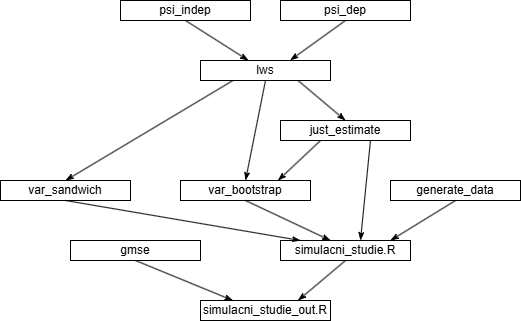
Above: function_dependencies.png in mikij29/bachelor_thesis_codes (draw.io), before the change. Source tidied: cells renumbered, new cells last; positions are measured from the earlier drawing's top-left corner, leaving out a move shared by most shapes. Its diagram source:
```xml
<mxGraphModel>
  <root>
    <mxCell id="0" />
    <mxCell id="1" parent="0" />
    <mxCell id="2" value="simulacni&lt;span style=&quot;background-color: transparent; color: light-dark(rgb(0, 0, 0), rgb(255, 255, 255));&quot;&gt;_studie_out.R&lt;/span&gt;" style="rounded=0;whiteSpace=wrap;html=1;" parent="1" vertex="1">
      <mxGeometry x="200" y="300" width="130" height="20" as="geometry" />
    </mxCell>
    <mxCell id="3" value="psi_indep" style="rounded=0;whiteSpace=wrap;html=1;" parent="1" vertex="1">
      <mxGeometry x="120" width="130" height="20" as="geometry" />
    </mxCell>
    <mxCell id="4" value="psi_dep" style="rounded=0;whiteSpace=wrap;html=1;" parent="1" vertex="1">
      <mxGeometry x="280" width="130" height="20" as="geometry" />
    </mxCell>
    <mxCell id="5" style="rounded=0;jettySize=auto;html=1;exitX=0.75;exitY=1;exitDx=0;exitDy=0;entryX=0.5;entryY=0;entryDx=0;entryDy=0;endArrow=classicThin;endFill=1;" parent="1" edge="1" source="8" target="10">
      <mxGeometry relative="1" as="geometry" />
    </mxCell>
    <mxCell id="6" style="edgeStyle=none;shape=connector;rounded=0;jettySize=auto;html=1;exitX=0.5;exitY=1;exitDx=0;exitDy=0;entryX=0.5;entryY=0;entryDx=0;entryDy=0;strokeColor=default;align=center;verticalAlign=middle;fontFamily=Helvetica;fontSize=11;fontColor=default;labelBackgroundColor=default;endArrow=classicThin;endFill=1;" parent="1" edge="1" source="8" target="12">
      <mxGeometry relative="1" as="geometry" />
    </mxCell>
    <mxCell id="7" style="edgeStyle=none;shape=connector;rounded=0;jettySize=auto;html=1;exitX=0.25;exitY=1;exitDx=0;exitDy=0;entryX=0.5;entryY=0;entryDx=0;entryDy=0;strokeColor=default;align=center;verticalAlign=middle;fontFamily=Helvetica;fontSize=11;fontColor=default;labelBackgroundColor=default;endArrow=classicThin;endFill=1;" parent="1" edge="1" source="8" target="11">
      <mxGeometry relative="1" as="geometry" />
    </mxCell>
    <mxCell id="8" value="lws" style="rounded=0;whiteSpace=wrap;html=1;" parent="1" vertex="1">
      <mxGeometry x="200" y="60" width="130" height="20" as="geometry" />
    </mxCell>
    <mxCell id="9" style="edgeStyle=none;shape=connector;rounded=0;jettySize=auto;html=1;exitX=0.308;exitY=1;exitDx=0;exitDy=0;entryX=0.75;entryY=0;entryDx=0;entryDy=0;strokeColor=default;align=center;verticalAlign=middle;fontFamily=Helvetica;fontSize=11;fontColor=default;labelBackgroundColor=default;endArrow=classicThin;endFill=1;exitPerimeter=0;" parent="1" edge="1" source="10" target="12">
      <mxGeometry relative="1" as="geometry" />
    </mxCell>
    <mxCell id="10" value="just_estimate" style="rounded=0;whiteSpace=wrap;html=1;" parent="1" vertex="1">
      <mxGeometry x="280" y="120" width="130" height="20" as="geometry" />
    </mxCell>
    <mxCell id="11" value="var_sandwich" style="rounded=0;whiteSpace=wrap;html=1;" parent="1" vertex="1">
      <mxGeometry y="180" width="130" height="20" as="geometry" />
    </mxCell>
    <mxCell id="12" value="var_bootstrap" style="rounded=0;whiteSpace=wrap;html=1;" parent="1" vertex="1">
      <mxGeometry x="180" y="180" width="130" height="20" as="geometry" />
    </mxCell>
    <mxCell id="13" style="edgeStyle=none;shape=connector;rounded=0;jettySize=auto;html=1;exitX=0.5;exitY=1;exitDx=0;exitDy=0;entryX=0.25;entryY=0;entryDx=0;entryDy=0;strokeColor=default;align=center;verticalAlign=middle;fontFamily=Helvetica;fontSize=11;fontColor=default;labelBackgroundColor=default;endArrow=classicThin;endFill=1;" parent="1" edge="1" source="14" target="2">
      <mxGeometry relative="1" as="geometry" />
    </mxCell>
    <mxCell id="14" value="gmse" style="rounded=0;whiteSpace=wrap;html=1;" parent="1" vertex="1">
      <mxGeometry x="70" y="240" width="130" height="20" as="geometry" />
    </mxCell>
    <mxCell id="15" style="edgeStyle=none;shape=connector;rounded=0;jettySize=auto;html=1;exitX=0.5;exitY=1;exitDx=0;exitDy=0;entryX=0.75;entryY=0;entryDx=0;entryDy=0;strokeColor=default;align=center;verticalAlign=middle;fontFamily=Helvetica;fontSize=11;fontColor=default;labelBackgroundColor=default;endArrow=classicThin;endFill=1;" parent="1" edge="1" source="16" target="2">
      <mxGeometry relative="1" as="geometry" />
    </mxCell>
    <mxCell id="16" value="simulacni_studie.R" style="rounded=0;whiteSpace=wrap;html=1;" parent="1" vertex="1">
      <mxGeometry x="280" y="240" width="130" height="20" as="geometry" />
    </mxCell>
    <mxCell id="17" style="rounded=0;jettySize=auto;html=1;exitX=0.5;exitY=1;exitDx=0;exitDy=0;endArrow=classicThin;endFill=1;" parent="1" edge="1" source="3">
      <mxGeometry relative="1" as="geometry">
        <mxPoint x="248" y="60" as="targetPoint" />
      </mxGeometry>
    </mxCell>
    <mxCell id="18" style="edgeStyle=none;shape=connector;rounded=0;jettySize=auto;html=1;exitX=0.5;exitY=1;exitDx=0;exitDy=0;entryX=0.69;entryY=-0.013;entryDx=0;entryDy=0;entryPerimeter=0;strokeColor=default;align=center;verticalAlign=middle;fontFamily=Helvetica;fontSize=11;fontColor=default;labelBackgroundColor=default;endArrow=classicThin;endFill=1;" parent="1" edge="1" source="4" target="8">
      <mxGeometry relative="1" as="geometry" />
    </mxCell>
    <mxCell id="19" value="generate_data" style="rounded=0;whiteSpace=wrap;html=1;" parent="1" vertex="1">
      <mxGeometry x="390" y="180" width="130" height="20" as="geometry" />
    </mxCell>
    <mxCell id="20" style="edgeStyle=none;shape=connector;rounded=0;jettySize=auto;html=1;exitX=0.692;exitY=1;exitDx=0;exitDy=0;strokeColor=default;align=center;verticalAlign=middle;fontFamily=Helvetica;fontSize=11;fontColor=default;labelBackgroundColor=default;endArrow=classicThin;endFill=1;exitPerimeter=0;" parent="1" edge="1" source="10">
      <mxGeometry relative="1" as="geometry">
        <mxPoint x="360" y="240" as="targetPoint" />
      </mxGeometry>
    </mxCell>
    <mxCell id="21" style="edgeStyle=none;shape=connector;rounded=0;jettySize=auto;html=1;exitX=0.5;exitY=1;exitDx=0;exitDy=0;entryX=0.385;entryY=0;entryDx=0;entryDy=0;entryPerimeter=0;strokeColor=default;align=center;verticalAlign=middle;fontFamily=Helvetica;fontSize=11;fontColor=default;labelBackgroundColor=default;endArrow=classicThin;endFill=1;" parent="1" edge="1" source="12" target="16">
      <mxGeometry relative="1" as="geometry" />
    </mxCell>
    <mxCell id="22" style="edgeStyle=none;shape=connector;rounded=0;jettySize=auto;html=1;exitX=0.5;exitY=1;exitDx=0;exitDy=0;entryX=0.154;entryY=0;entryDx=0;entryDy=0;entryPerimeter=0;strokeColor=default;align=center;verticalAlign=middle;fontFamily=Helvetica;fontSize=11;fontColor=default;labelBackgroundColor=default;endArrow=classicThin;endFill=1;" parent="1" edge="1" source="11" target="16">
      <mxGeometry relative="1" as="geometry" />
    </mxCell>
    <mxCell id="23" style="edgeStyle=none;shape=connector;rounded=0;jettySize=auto;html=1;exitX=0.5;exitY=1;exitDx=0;exitDy=0;entryX=0.846;entryY=0;entryDx=0;entryDy=0;entryPerimeter=0;strokeColor=default;align=center;verticalAlign=middle;fontFamily=Helvetica;fontSize=11;fontColor=default;labelBackgroundColor=default;endArrow=classicThin;endFill=1;" parent="1" edge="1" source="19" target="16">
      <mxGeometry relative="1" as="geometry" />
    </mxCell>
  </root>
</mxGraphModel>
```
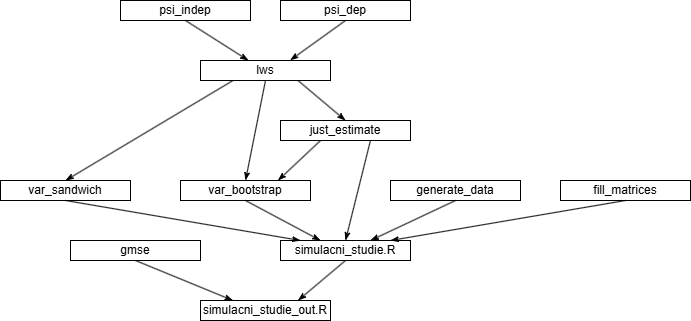
The same diagram one commit later.

Change to the diagram source:
```diff
@@ -58,19 +58,25 @@
     <mxCell id="19" value="generate_data" style="rounded=0;whiteSpace=wrap;html=1;" parent="1" vertex="1">
       <mxGeometry x="390" y="180" width="130" height="20" as="geometry" />
     </mxCell>
-    <mxCell id="20" style="edgeStyle=none;shape=connector;rounded=0;jettySize=auto;html=1;exitX=0.692;exitY=1;exitDx=0;exitDy=0;strokeColor=default;align=center;verticalAlign=middle;fontFamily=Helvetica;fontSize=11;fontColor=default;labelBackgroundColor=default;endArrow=classicThin;endFill=1;exitPerimeter=0;" parent="1" edge="1" source="10">
-      <mxGeometry relative="1" as="geometry">
-        <mxPoint x="360" y="240" as="targetPoint" />
-      </mxGeometry>
+    <mxCell id="20" style="edgeStyle=none;shape=connector;rounded=0;jettySize=auto;html=1;exitX=0.692;exitY=1;exitDx=0;exitDy=0;strokeColor=default;align=center;verticalAlign=middle;fontFamily=Helvetica;fontSize=11;fontColor=default;labelBackgroundColor=default;endArrow=classicThin;endFill=1;exitPerimeter=0;entryX=0.5;entryY=0;entryDx=0;entryDy=0;" parent="1" edge="1" source="10" target="16">
+      <mxGeometry relative="1" as="geometry" />
     </mxCell>
-    <mxCell id="21" style="edgeStyle=none;shape=connector;rounded=0;jettySize=auto;html=1;exitX=0.5;exitY=1;exitDx=0;exitDy=0;entryX=0.385;entryY=0;entryDx=0;entryDy=0;entryPerimeter=0;strokeColor=default;align=center;verticalAlign=middle;fontFamily=Helvetica;fontSize=11;fontColor=default;labelBackgroundColor=default;endArrow=classicThin;endFill=1;" parent="1" edge="1" source="12" target="16">
-      <mxGeometry relative="1" as="geometry" />
+    <mxCell id="21" style="edgeStyle=none;shape=connector;rounded=0;jettySize=auto;html=1;exitX=0.5;exitY=1;exitDx=0;exitDy=0;strokeColor=default;align=center;verticalAlign=middle;fontFamily=Helvetica;fontSize=11;fontColor=default;labelBackgroundColor=default;endArrow=classicThin;endFill=1;" parent="1" edge="1" source="12">
+      <mxGeometry relative="1" as="geometry">
+        <mxPoint x="320" y="240" as="targetPoint" />
+      </mxGeometry>
     </mxCell>
     <mxCell id="22" style="edgeStyle=none;shape=connector;rounded=0;jettySize=auto;html=1;exitX=0.5;exitY=1;exitDx=0;exitDy=0;entryX=0.154;entryY=0;entryDx=0;entryDy=0;entryPerimeter=0;strokeColor=default;align=center;verticalAlign=middle;fontFamily=Helvetica;fontSize=11;fontColor=default;labelBackgroundColor=default;endArrow=classicThin;endFill=1;" parent="1" edge="1" source="11" target="16">
       <mxGeometry relative="1" as="geometry" />
     </mxCell>
-    <mxCell id="23" style="edgeStyle=none;shape=connector;rounded=0;jettySize=auto;html=1;exitX=0.5;exitY=1;exitDx=0;exitDy=0;entryX=0.846;entryY=0;entryDx=0;entryDy=0;entryPerimeter=0;strokeColor=default;align=center;verticalAlign=middle;fontFamily=Helvetica;fontSize=11;fontColor=default;labelBackgroundColor=default;endArrow=classicThin;endFill=1;" parent="1" edge="1" source="19" target="16">
+    <mxCell id="23" style="edgeStyle=none;shape=connector;rounded=0;jettySize=auto;html=1;exitX=0.5;exitY=1;exitDx=0;exitDy=0;entryX=0.692;entryY=0;entryDx=0;entryDy=0;entryPerimeter=0;strokeColor=default;align=center;verticalAlign=middle;fontFamily=Helvetica;fontSize=11;fontColor=default;labelBackgroundColor=default;endArrow=classicThin;endFill=1;" parent="1" edge="1" source="19" target="16">
       <mxGeometry relative="1" as="geometry" />
     </mxCell>
+    <mxCell id="24" value="fill_matrices" style="rounded=0;whiteSpace=wrap;html=1;" parent="1" vertex="1">
+      <mxGeometry x="560" y="180" width="130" height="20" as="geometry" />
+    </mxCell>
+    <mxCell id="25" style="rounded=0;jettySize=auto;html=1;exitX=0.5;exitY=1;exitDx=0;exitDy=0;entryX=0.846;entryY=0;entryDx=0;entryDy=0;entryPerimeter=0;endArrow=classicThin;endFill=1;" parent="1" edge="1" source="24" target="16">
+      <mxGeometry relative="1" as="geometry" />
+    </mxCell>
   </root>
 </mxGraphModel>
```
